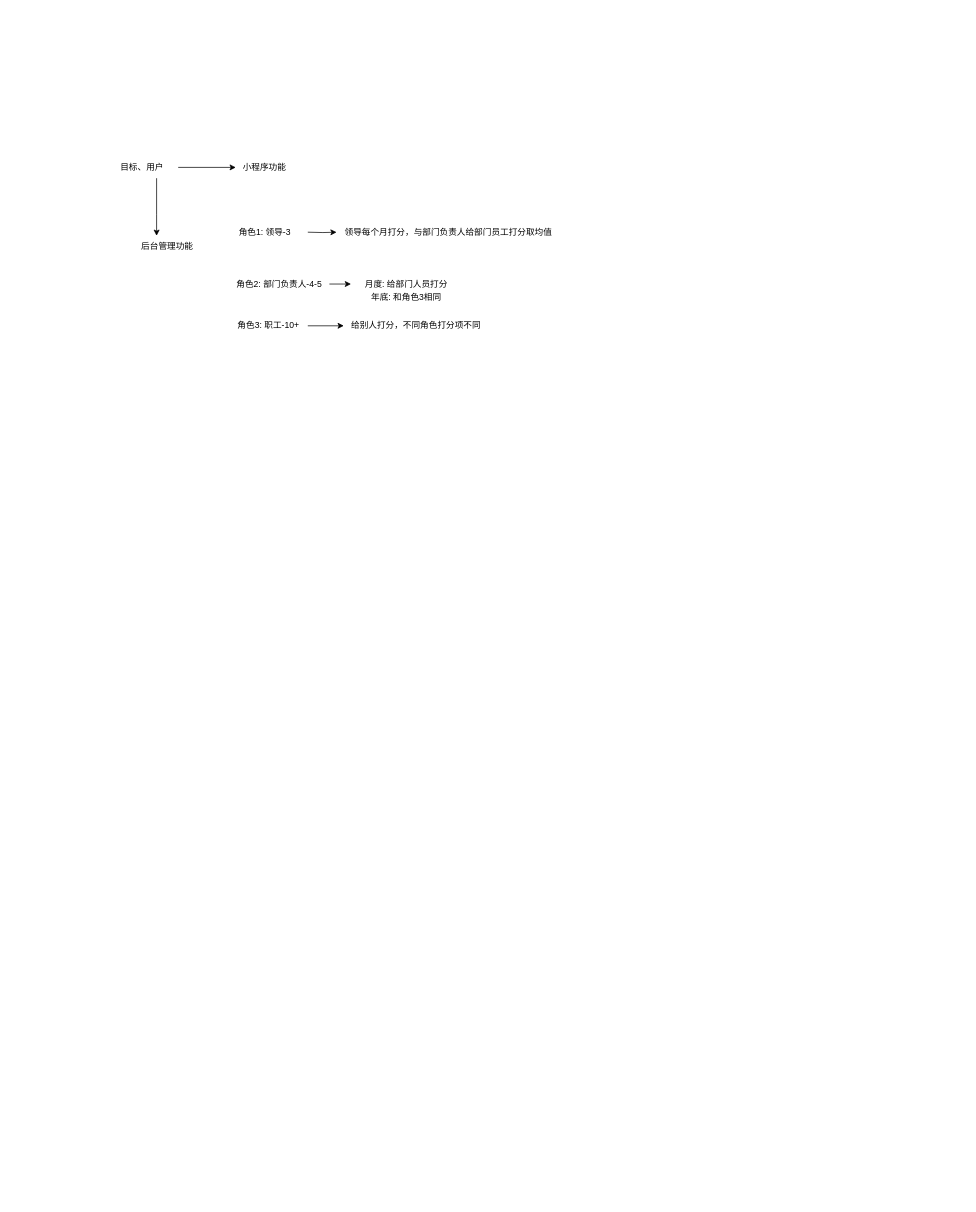
This is 未命名绘图.drawio from vaclock/dio-dir, a draw.io file, before an edit. Source tidied: cells renumbered, new cells numbered last; positions are measured from the earlier drawing's top-left corner, leaving out a move shared by most shapes. Both pictures are drawn from the tidied source at 72%, with x=0, y=0 at pixel (106, 156).
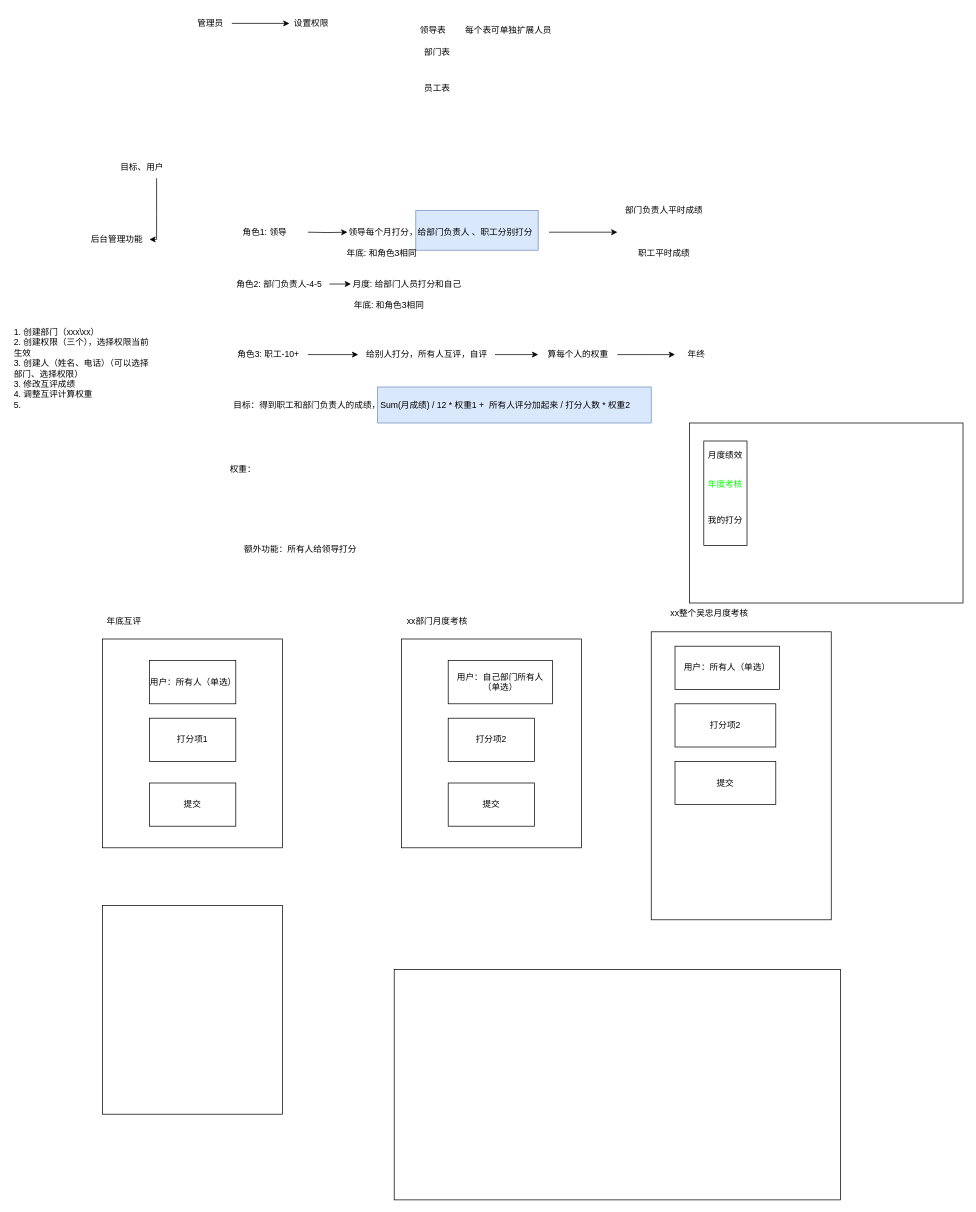
The same page after the edit.

Commit message (it also covers changes not shown here):
更新未命名绘图.drawio

Unchanged cells that the change refers to:
```xml
<mxCell id="4" value="目标、用户" style="text;html=1;align=center;verticalAlign=middle;whiteSpace=wrap;rounded=0;" parent="1" vertex="1">
  <mxGeometry width="100" height="30" as="geometry" />
</mxCell>
```

Change to the diagram source:
```diff
@@
-    <mxCell id="2" style="edgeStyle=orthogonalEdgeStyle;rounded=0;jettySize=auto;html=1;" parent="1" edge="1" source="4" target="5">
-      <mxGeometry relative="1" as="geometry" />
-    </mxCell>
+    <mxCell id="17" style="rounded=0;whiteSpace=wrap;html=1;fillColor=#dae8fc;strokeColor=#6c8ebf;" parent="1" vertex="1">
+      <mxGeometry x="430" y="75" width="170" height="55" as="geometry" />
+    </mxCell>
+    <mxCell id="18" style="rounded=0;whiteSpace=wrap;html=1;fillColor=#dae8fc;strokeColor=#6c8ebf;" parent="1" vertex="1">
+      <mxGeometry x="377" y="320" width="380" height="50" as="geometry" />
+    </mxCell>
@@
-    <mxCell id="5" value="小程序功能" style="text;html=1;align=center;verticalAlign=middle;whiteSpace=wrap;rounded=0;" parent="1" vertex="1">
-      <mxGeometry x="180" width="80" height="30" as="geometry" />
-    </mxCell>
     <mxCell id="6" value="后台管理功能" style="text;html=1;align=center;verticalAlign=middle;whiteSpace=wrap;rounded=0;" parent="1" vertex="1">
-      <mxGeometry x="40" y="110" width="90" height="30" as="geometry" />
+      <mxGeometry x="-30" y="100" width="90" height="30" as="geometry" />
     </mxCell>
@@
-    <mxCell id="8" value="角色1: 领导-3" style="text;html=1;align=center;verticalAlign=middle;strokeColor=none;fillColor=none;" parent="1" vertex="1">
-      <mxGeometry x="170" y="90" width="100" height="30" as="geometry" />
+    <mxCell id="8" value="角色1: 领导" style="text;html=1;align=center;verticalAlign=middle;strokeColor=none;fillColor=none;" parent="1" vertex="1">
+      <mxGeometry x="180" y="90" width="80" height="30" as="geometry" />
     </mxCell>
@@
     <mxCell id="12" value="角色3: 职工-10+" style="text;html=1;align=center;verticalAlign=middle;points=[];strokeColor=none;fillColor=none;" parent="1" vertex="1">
-      <mxGeometry x="170" y="220" width="110" height="30" as="geometry" />
+      <mxGeometry x="170" y="260" width="110" height="30" as="geometry" />
     </mxCell>
+    <mxCell id="19" style="edgeStyle=orthogonalEdgeStyle;rounded=0;jettySize=auto;html=1;" parent="1" edge="1" source="13">
+      <mxGeometry relative="1" as="geometry">
+        <mxPoint x="710" y="105" as="targetPoint" />
+      </mxGeometry>
+    </mxCell>
-    <mxCell id="13" value="领导每个月打分，与部门负责人给部门员工打分取均值" style="text;html=1;align=center;verticalAlign=middle;points=[];strokeColor=none;fillColor=none;" parent="1" vertex="1">
-      <mxGeometry x="320" y="90" width="310" height="30" as="geometry" />
+    <mxCell id="13" value="领导每个月打分，给部门负责人 、职工分别打分" style="text;html=1;align=left;verticalAlign=middle;points=[];strokeColor=none;fillColor=none;" parent="1" vertex="1">
+      <mxGeometry x="335" y="90" width="280" height="30" as="geometry" />
     </mxCell>
+    <mxCell id="20" style="edgeStyle=orthogonalEdgeStyle;rounded=0;jettySize=auto;html=1;" parent="1" edge="1" source="14" target="22">
+      <mxGeometry relative="1" as="geometry" />
+    </mxCell>
-    <mxCell id="14" value="给别人打分，不同角色打分项不同" style="text;html=1;align=center;verticalAlign=middle;points=[];strokeColor=none;fillColor=none;" parent="1" vertex="1">
-      <mxGeometry x="330" y="220" width="200" height="30" as="geometry" />
+    <mxCell id="14" value="给别人打分，所有人互评，自评" style="text;html=1;align=center;verticalAlign=middle;points=[];strokeColor=none;fillColor=none;" parent="1" vertex="1">
+      <mxGeometry x="350" y="260" width="190" height="30" as="geometry" />
     </mxCell>
-    <mxCell id="15" value="月度: 给部门人员打分" style="text;html=1;align=center;verticalAlign=middle;whiteSpace=wrap;rounded=0;" parent="1" vertex="1">
-      <mxGeometry x="344" y="162" width="146" height="30" as="geometry" />
+    <mxCell id="15" value="月度: 给部门人员打分和自己" style="text;html=1;align=center;verticalAlign=middle;whiteSpace=wrap;rounded=0;" parent="1" vertex="1">
+      <mxGeometry x="335" y="162" width="166" height="30" as="geometry" />
     </mxCell>
     <mxCell id="16" value="年底: 和角色3相同" style="text;html=1;align=center;verticalAlign=middle;whiteSpace=wrap;rounded=0;" parent="1" vertex="1">
-      <mxGeometry x="344" y="180" width="146" height="30" as="geometry" />
+      <mxGeometry x="320" y="192" width="146" height="30" as="geometry" />
     </mxCell>
+    <mxCell id="21" style="edgeStyle=orthogonalEdgeStyle;rounded=0;jettySize=auto;html=1;" parent="1" edge="1" source="22">
+      <mxGeometry relative="1" as="geometry">
+        <mxPoint x="790" y="275" as="targetPoint" />
+      </mxGeometry>
+    </mxCell>
+    <mxCell id="22" value="算每个人的权重" style="text;html=1;align=center;verticalAlign=middle;points=[];strokeColor=none;fillColor=none;" parent="1" vertex="1">
+      <mxGeometry x="600" y="260" width="110" height="30" as="geometry" />
+    </mxCell>
+    <mxCell id="23" style="edgeStyle=orthogonalEdgeStyle;rounded=0;jettySize=auto;html=1;" parent="1" edge="1" source="24" target="25">
+      <mxGeometry relative="1" as="geometry" />
+    </mxCell>
+    <mxCell id="24" value="管理员" style="text;html=1;align=center;verticalAlign=middle;whiteSpace=wrap;rounded=0;" parent="1" vertex="1">
+      <mxGeometry x="114.5" y="-200" width="60" height="30" as="geometry" />
+    </mxCell>
+    <mxCell id="25" value="设置权限" style="text;html=1;align=center;verticalAlign=middle;whiteSpace=wrap;rounded=0;" parent="1" vertex="1">
+      <mxGeometry x="254.5" y="-200" width="60" height="30" as="geometry" />
+    </mxCell>
+    <mxCell id="26" value="领导表" style="text;html=1;align=center;verticalAlign=middle;whiteSpace=wrap;rounded=0;" parent="1" vertex="1">
+      <mxGeometry x="423.5" y="-190" width="60" height="30" as="geometry" />
+    </mxCell>
+    <mxCell id="27" value="部门表" style="text;html=1;align=center;verticalAlign=middle;whiteSpace=wrap;rounded=0;" parent="1" vertex="1">
+      <mxGeometry x="430" y="-160" width="60" height="30" as="geometry" />
+    </mxCell>
+    <mxCell id="28" value="员工表" style="text;html=1;align=center;verticalAlign=middle;whiteSpace=wrap;rounded=0;" parent="1" vertex="1">
+      <mxGeometry x="430" y="-110" width="60" height="30" as="geometry" />
+    </mxCell>
+    <mxCell id="29" value="每个表可单独扩展人员" style="text;html=1;align=center;verticalAlign=middle;whiteSpace=wrap;rounded=0;" parent="1" vertex="1">
+      <mxGeometry x="483.5" y="-190" width="150" height="30" as="geometry" />
+    </mxCell>
+    <mxCell id="30" value="部门负责人平时成绩" style="text;html=1;align=center;verticalAlign=middle;whiteSpace=wrap;rounded=0;" parent="1" vertex="1">
+      <mxGeometry x="710" y="60" width="130" height="30" as="geometry" />
+    </mxCell>
+    <mxCell id="31" value="年终" style="text;strokeColor=none;align=center;fillColor=none;html=1;verticalAlign=middle;whiteSpace=wrap;rounded=0;" parent="1" vertex="1">
+      <mxGeometry x="790" y="260" width="60" height="30" as="geometry" />
+    </mxCell>
+    <mxCell id="32" value="职工平时成绩" style="text;html=1;align=center;verticalAlign=middle;whiteSpace=wrap;rounded=0;" parent="1" vertex="1">
+      <mxGeometry x="720" y="120" width="110" height="30" as="geometry" />
+    </mxCell>
+    <mxCell id="33" value="年底: 和角色3相同" style="text;html=1;align=center;verticalAlign=middle;whiteSpace=wrap;rounded=0;" parent="1" vertex="1">
+      <mxGeometry x="310" y="120" width="146" height="30" as="geometry" />
+    </mxCell>
+    <mxCell id="34" value="目标：得到职工和部门负责人的成绩，Sum(月成绩) / 12 * 权重1 +&amp;nbsp; 所有人评分加起来 / 打分人数 * 权重2" style="text;html=1;align=left;verticalAlign=middle;whiteSpace=wrap;rounded=0;" parent="1" vertex="1">
+      <mxGeometry x="174.5" y="330" width="600" height="30" as="geometry" />
+    </mxCell>
+    <mxCell id="35" value="权重：" style="text;html=1;align=left;verticalAlign=middle;whiteSpace=wrap;rounded=0;" parent="1" vertex="1">
+      <mxGeometry x="170" y="420" width="190" height="30" as="geometry" />
+    </mxCell>
+    <mxCell id="36" value="额外功能：所有人给领导打分" style="text;html=1;align=left;verticalAlign=middle;whiteSpace=wrap;rounded=0;" parent="1" vertex="1">
+      <mxGeometry x="190" y="530" width="290" height="30" as="geometry" />
+    </mxCell>
+    <mxCell id="37" value="1. 创建部门（xxx\xx）&lt;div&gt;2. 创建权限（三个），选择权限当前生效&lt;br&gt;&lt;div&gt;3. 创建人（姓名、电话）（可以选择部门、选择权限）&lt;/div&gt;&lt;div&gt;3. 修改互评成绩&lt;/div&gt;&lt;div&gt;4. 调整互评计算权重&lt;/div&gt;&lt;div&gt;5.&amp;nbsp;&lt;/div&gt;&lt;/div&gt;" style="text;html=1;align=left;verticalAlign=top;whiteSpace=wrap;rounded=0;" parent="1" vertex="1">
+      <mxGeometry x="-130" y="230" width="200" height="170" as="geometry" />
+    </mxCell>
+    <mxCell id="38" style="rounded=0;whiteSpace=wrap;html=1;" parent="1" vertex="1">
+      <mxGeometry x="-5" y="670" width="250" height="290" as="geometry" />
+    </mxCell>
+    <mxCell id="39" value="年底互评" style="text;html=1;align=center;verticalAlign=middle;whiteSpace=wrap;rounded=0;" parent="1" vertex="1">
+      <mxGeometry x="-5" y="630" width="60" height="30" as="geometry" />
+    </mxCell>
+    <mxCell id="40" value="用户：所有人（单选）" style="rounded=0;whiteSpace=wrap;html=1;" parent="1" vertex="1">
+      <mxGeometry x="60" y="700" width="120" height="60" as="geometry" />
+    </mxCell>
+    <mxCell id="41" value="打分项1" style="rounded=0;whiteSpace=wrap;html=1;" parent="1" vertex="1">
+      <mxGeometry x="60" y="780" width="120" height="60" as="geometry" />
+    </mxCell>
+    <mxCell id="42" value="提交" style="rounded=0;whiteSpace=wrap;html=1;" parent="1" vertex="1">
+      <mxGeometry x="60" y="870" width="120" height="60" as="geometry" />
+    </mxCell>
+    <mxCell id="43" style="rounded=0;whiteSpace=wrap;html=1;" parent="1" vertex="1">
+      <mxGeometry x="410" y="670" width="250" height="290" as="geometry" />
+    </mxCell>
+    <mxCell id="44" value="xx部门月度考核" style="text;html=1;align=center;verticalAlign=middle;whiteSpace=wrap;rounded=0;" parent="1" vertex="1">
+      <mxGeometry x="410" y="630" width="100" height="30" as="geometry" />
+    </mxCell>
+    <mxCell id="45" value="用户：自己部门所有人（单选）" style="rounded=0;whiteSpace=wrap;html=1;" parent="1" vertex="1">
+      <mxGeometry x="475" y="700" width="145" height="60" as="geometry" />
+    </mxCell>
+    <mxCell id="46" value="打分项2" style="rounded=0;whiteSpace=wrap;html=1;" parent="1" vertex="1">
+      <mxGeometry x="475" y="780" width="120" height="60" as="geometry" />
+    </mxCell>
+    <mxCell id="47" value="提交" style="rounded=0;whiteSpace=wrap;html=1;" parent="1" vertex="1">
+      <mxGeometry x="475" y="870" width="120" height="60" as="geometry" />
+    </mxCell>
+    <mxCell id="48" style="rounded=0;whiteSpace=wrap;html=1;" parent="1" vertex="1">
+      <mxGeometry x="810" y="370" width="380" height="250" as="geometry" />
+    </mxCell>
+    <mxCell id="49" style="rounded=0;whiteSpace=wrap;html=1;" parent="1" vertex="1">
+      <mxGeometry x="830" y="395" width="60" height="145" as="geometry" />
+    </mxCell>
+    <mxCell id="50" value="&lt;p style=&quot;margin: 0pt 0pt 0.0001pt; text-align: justify; font-family: &amp;quot;Times New Roman&amp;quot;;&quot; class=&quot;MsoNormal&quot;&gt;&lt;span style=&quot;font-family: 方正小标宋简体;&quot;&gt;&lt;font&gt;月度绩效&lt;/font&gt;&lt;/span&gt;&lt;/p&gt;" style="text;html=1;align=center;verticalAlign=middle;whiteSpace=wrap;rounded=0;textShadow=0;fontColor=#000000;" parent="1" vertex="1">
+      <mxGeometry x="830" y="400" width="60" height="30" as="geometry" />
+    </mxCell>
+    <mxCell id="51" value="&lt;p class=&quot;MsoNormal&quot; style=&quot;margin: 0pt 0pt 0.0001pt; text-align: justify;&quot;&gt;&lt;font face=&quot;方正小标宋简体&quot;&gt;年度考核&lt;/font&gt;&lt;/p&gt;" style="text;html=1;align=center;verticalAlign=middle;whiteSpace=wrap;rounded=0;fontColor=#00FF00;" parent="1" vertex="1">
+      <mxGeometry x="830" y="440" width="60" height="30" as="geometry" />
+    </mxCell>
+    <mxCell id="52" style="rounded=0;whiteSpace=wrap;html=1;" parent="1" vertex="1">
+      <mxGeometry x="757" y="660" width="250" height="400" as="geometry" />
+    </mxCell>
+    <mxCell id="53" value="xx整个吴忠月度考核" style="text;html=1;align=center;verticalAlign=middle;whiteSpace=wrap;rounded=0;" parent="1" vertex="1">
+      <mxGeometry x="774.5" y="620" width="125.5" height="30" as="geometry" />
+    </mxCell>
+    <mxCell id="54" value="用户：所有人（单选）" style="rounded=0;whiteSpace=wrap;html=1;" parent="1" vertex="1">
+      <mxGeometry x="790" y="680" width="145" height="60" as="geometry" />
+    </mxCell>
+    <mxCell id="55" value="打分项2" style="rounded=0;whiteSpace=wrap;html=1;" parent="1" vertex="1">
+      <mxGeometry x="790" y="760" width="140" height="60" as="geometry" />
+    </mxCell>
+    <mxCell id="56" value="提交" style="rounded=0;whiteSpace=wrap;html=1;" parent="1" vertex="1">
+      <mxGeometry x="790" y="840" width="140" height="60" as="geometry" />
+    </mxCell>
+    <mxCell id="57" style="rounded=0;whiteSpace=wrap;html=1;" parent="1" vertex="1">
+      <mxGeometry x="400" y="1129" width="620" height="320" as="geometry" />
+    </mxCell>
+    <mxCell id="58" style="rounded=0;whiteSpace=wrap;html=1;" parent="1" vertex="1">
+      <mxGeometry x="-5" y="1040" width="250" height="290" as="geometry" />
+    </mxCell>
+    <mxCell id="59" value="&lt;p style=&quot;margin: 0pt 0pt 0.0001pt; text-align: justify;&quot; class=&quot;MsoNormal&quot;&gt;&lt;font face=&quot;方正小标宋简体&quot;&gt;我的打分&lt;/font&gt;&lt;/p&gt;" style="text;html=1;align=center;verticalAlign=middle;whiteSpace=wrap;rounded=0;textShadow=0;fontColor=#000000;" parent="1" vertex="1">
+      <mxGeometry x="830" y="490" width="60" height="30" as="geometry" />
+    </mxCell>
```
